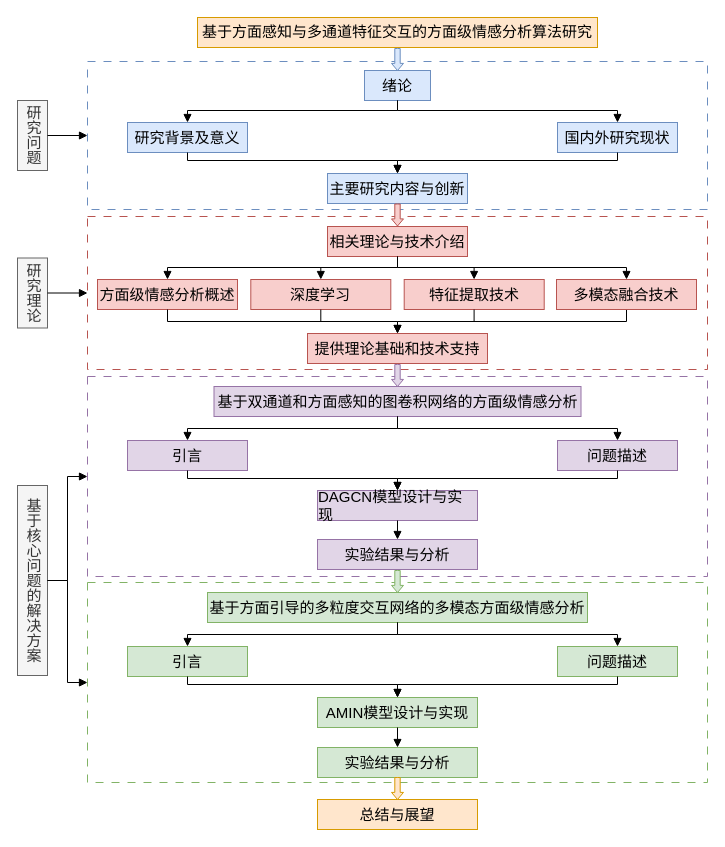
The draw.io diagram machine-learning/organizationStructure.drawio in zhaicao/images, before the edit. Source tidied: cells renumbered, new cells numbered last; positions are measured from the earlier drawing's top-left corner, leaving out a move shared by most shapes. Both pictures are drawn from the tidied source at 100%, with x=0, y=0 at pixel (17, 17).
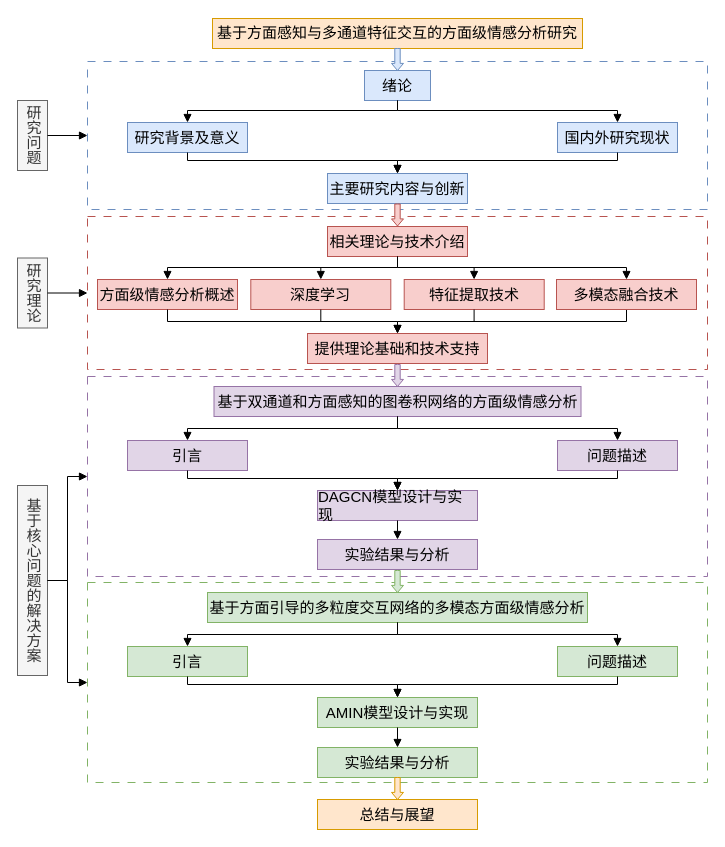
Above is the later version.

Change to the diagram source:
```diff
@@
-    <mxCell id="3" value="&lt;font&gt;&lt;font style=&quot;text-align: left;&quot;&gt;&lt;span style=&quot;line-height: 22.5px; font-family: 黑体;&quot;&gt;基于方面感知与多通道特征交互的&lt;/span&gt;&lt;/font&gt;&lt;span style=&quot;color: light-dark(rgb(0, 0, 0), rgb(255, 255, 255)); text-align: left; background-color: transparent; font-family: 黑体;&quot;&gt;方面级情感分析算法研究&lt;/span&gt;&lt;/font&gt;" style="rounded=0;whiteSpace=wrap;html=1;fontSize=15;fillColor=#ffe6cc;strokeColor=#d79b00;" parent="1" vertex="1">
-      <mxGeometry x="180" width="400" height="30" as="geometry" />
+    <mxCell id="3" value="&lt;font&gt;&lt;font style=&quot;text-align: left;&quot;&gt;&lt;span style=&quot;line-height: 22.5px; font-family: 黑体;&quot;&gt;基于方面感知与多通道特征交互的&lt;/span&gt;&lt;/font&gt;&lt;span style=&quot;color: light-dark(rgb(0, 0, 0), rgb(255, 255, 255)); text-align: left; background-color: transparent; font-family: 黑体;&quot;&gt;方面级情感分析研究&lt;/span&gt;&lt;/font&gt;" style="rounded=0;whiteSpace=wrap;html=1;fontSize=15;fillColor=#ffe6cc;strokeColor=#d79b00;" parent="1" vertex="1">
+      <mxGeometry x="195" y="1" width="370" height="30" as="geometry" />
     </mxCell>
```
